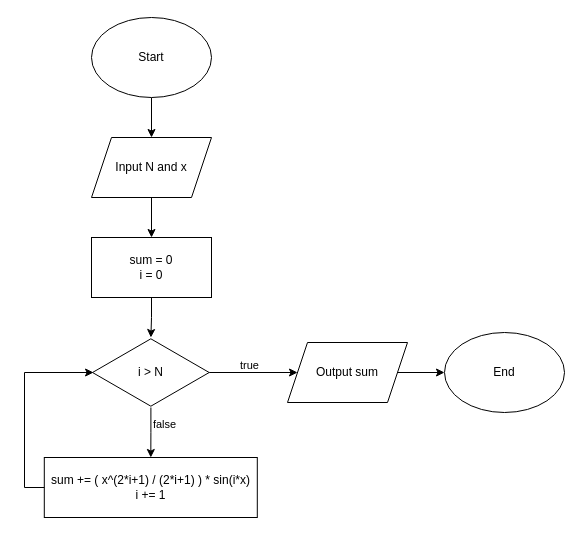
HerokeyVN/Temp keeps this draw.io diagram as page "Bài 5 (b)" (6 of 16) of drawio/Exercises_Week3-5.drawio. Above is the earlier version. Source tidied: cells renumbered, new cells numbered last; positions are measured from the earlier drawing's top-left corner, leaving out a move shared by most shapes. Both pictures are drawn from the tidied source at 100%, with x=0, y=0 at pixel (24, 17).
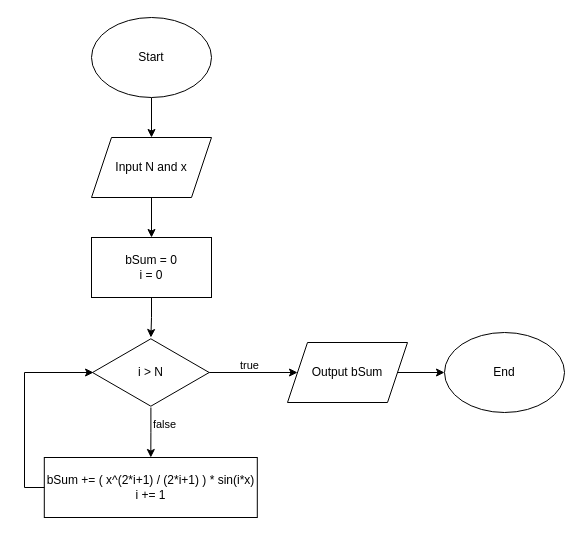
The same page after the edit.

The edit, as a diff of the source:
```diff
@@
-    <mxCell id="7" value="sum = 0&lt;div&gt;i = 0&lt;/div&gt;" style="whiteSpace=wrap;html=1;" parent="1" vertex="1">
+    <mxCell id="7" value="bSum = 0&lt;div&gt;i = 0&lt;/div&gt;" style="whiteSpace=wrap;html=1;" parent="1" vertex="1">
       <mxGeometry x="67" y="220" width="120" height="60" as="geometry" />
     </mxCell>
@@
-    <mxCell id="13" value="sum += ( x^(2*i+1) / (2*i+1) ) * sin(i*x)&lt;div&gt;i += 1&lt;/div&gt;" style="whiteSpace=wrap;html=1;" parent="1" vertex="1">
+    <mxCell id="13" value="bSum += ( x^(2*i+1) / (2*i+1) ) * sin(i*x)&lt;div&gt;i += 1&lt;/div&gt;" style="whiteSpace=wrap;html=1;" parent="1" vertex="1">
       <mxGeometry x="19.8" y="440" width="213" height="60" as="geometry" />
     </mxCell>
@@
-    <mxCell id="16" value="Output sum" style="shape=parallelogram;perimeter=parallelogramPerimeter;whiteSpace=wrap;html=1;fixedSize=1;" parent="1" vertex="1">
+    <mxCell id="16" value="Output bSum" style="shape=parallelogram;perimeter=parallelogramPerimeter;whiteSpace=wrap;html=1;fixedSize=1;" parent="1" vertex="1">
       <mxGeometry x="263" y="325" width="120" height="60" as="geometry" />
     </mxCell>
```
